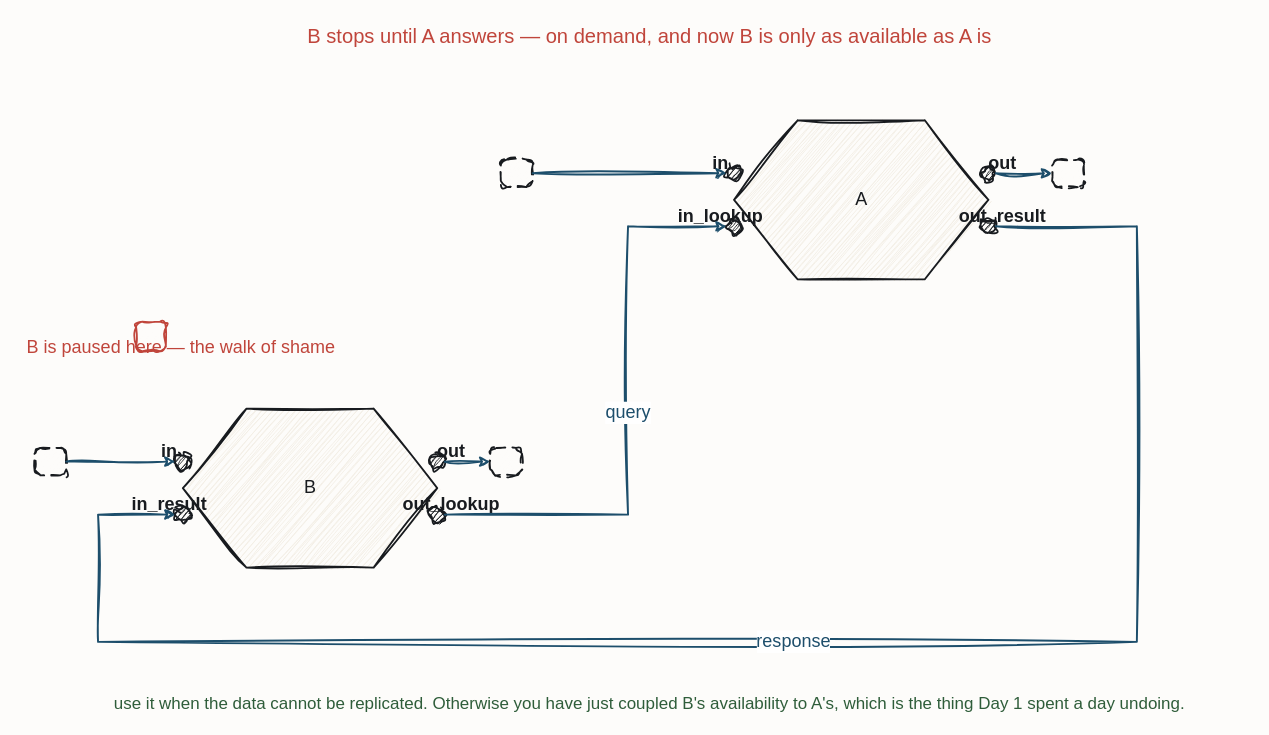
This is resources/flow-lookup-port.drawio from iancooper/practical-messaging, a draw.io file, before an edit. Source tidied: cells renumbered, new cells numbered last; positions are measured from the earlier drawing's top-left corner, leaving out a move shared by most shapes. Both pictures are drawn from the tidied source at 106%, with x=0, y=0 at pixel (34, 18).
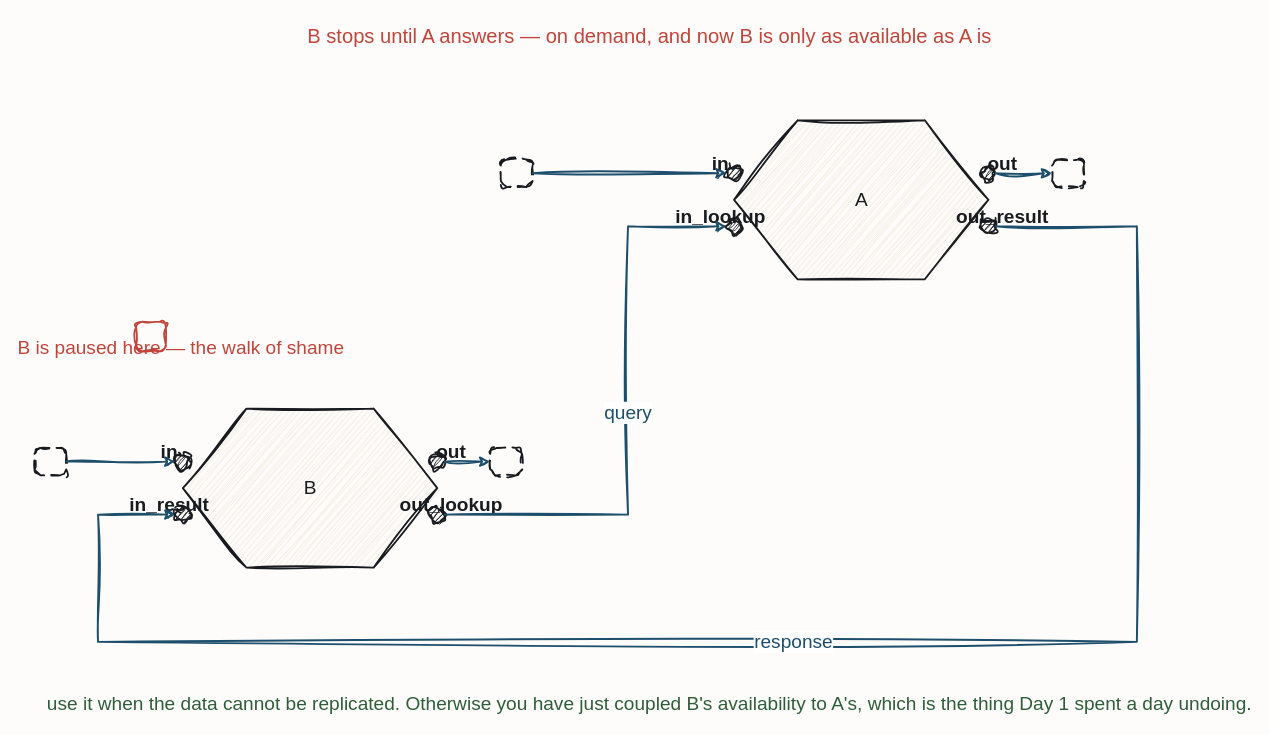
Above is the later version.

The change refers to these unchanged cells:
```xml
<mxCell id="4" style="sketch=1;hachureGap=4;jiggle=2;curveFitting=1;fontFamily=Caveat;html=1;ellipse;verticalLabelPosition=bottom;verticalAlign=top;strokeColor=#181B1F;strokeWidth=1.7;fillColor=#181B1F;fontColor=#181B1F;fontSize=14;" parent="1" vertex="1">
  <mxGeometry x="653" y="139" width="14" height="14" as="geometry" />
</mxCell>
<mxCell id="6" style="sketch=1;hachureGap=4;jiggle=2;curveFitting=1;fontFamily=Caveat;html=1;ellipse;verticalLabelPosition=bottom;verticalAlign=top;strokeColor=#181B1F;strokeWidth=1.7;fillColor=#181B1F;fontColor=#181B1F;fontSize=14;" parent="1" vertex="1">
  <mxGeometry x="653" y="189" width="14" height="14" as="geometry" />
</mxCell>
<mxCell id="8" style="sketch=1;hachureGap=4;jiggle=2;curveFitting=1;fontFamily=Caveat;html=1;ellipse;verticalLabelPosition=bottom;verticalAlign=top;strokeColor=#181B1F;strokeWidth=1.7;fillColor=#181B1F;fontColor=#181B1F;fontSize=14;" parent="1" vertex="1">
  <mxGeometry x="893" y="139" width="14" height="14" as="geometry" />
</mxCell>
<mxCell id="10" style="sketch=1;hachureGap=4;jiggle=2;curveFitting=1;fontFamily=Caveat;html=1;ellipse;verticalLabelPosition=bottom;verticalAlign=top;strokeColor=#181B1F;strokeWidth=1.7;fillColor=#181B1F;fontColor=#181B1F;fontSize=14;" parent="1" vertex="1">
  <mxGeometry x="893" y="189" width="14" height="14" as="geometry" />
</mxCell>
<mxCell id="13" style="sketch=1;hachureGap=4;jiggle=2;curveFitting=1;fontFamily=Caveat;html=1;ellipse;verticalLabelPosition=bottom;verticalAlign=top;strokeColor=#181B1F;strokeWidth=1.7;fillColor=#181B1F;fontColor=#181B1F;fontSize=14;" parent="1" vertex="1">
  <mxGeometry x="133" y="411" width="14" height="14" as="geometry" />
</mxCell>
<mxCell id="15" style="sketch=1;hachureGap=4;jiggle=2;curveFitting=1;fontFamily=Caveat;html=1;ellipse;verticalLabelPosition=bottom;verticalAlign=top;strokeColor=#181B1F;strokeWidth=1.7;fillColor=#181B1F;fontColor=#181B1F;fontSize=14;" parent="1" vertex="1">
  <mxGeometry x="133" y="461" width="14" height="14" as="geometry" />
</mxCell>
<mxCell id="17" style="sketch=1;hachureGap=4;jiggle=2;curveFitting=1;fontFamily=Caveat;html=1;ellipse;verticalLabelPosition=bottom;verticalAlign=top;strokeColor=#181B1F;strokeWidth=1.7;fillColor=#181B1F;fontColor=#181B1F;fontSize=14;" parent="1" vertex="1">
  <mxGeometry x="373" y="411" width="14" height="14" as="geometry" />
</mxCell>
<mxCell id="19" style="sketch=1;hachureGap=4;jiggle=2;curveFitting=1;fontFamily=Caveat;html=1;ellipse;verticalLabelPosition=bottom;verticalAlign=top;strokeColor=#181B1F;strokeWidth=1.7;fillColor=#181B1F;fontColor=#181B1F;fontSize=14;" parent="1" vertex="1">
  <mxGeometry x="373" y="461" width="14" height="14" as="geometry" />
</mxCell>
<mxCell id="21" style="sketch=1;hachureGap=4;jiggle=2;curveFitting=1;fontFamily=Caveat;html=1;rounded=1;arcSize=22;dashed=1;dashPattern=5 4;strokeColor=#181B1F;strokeWidth=1.7;fillColor=#FDFCFA;fontColor=#181B1F;fontSize=13;" parent="1" vertex="1">
  <mxGeometry y="405" width="30" height="26" as="geometry" />
</mxCell>
<mxCell id="22" style="sketch=1;hachureGap=4;jiggle=2;curveFitting=1;fontFamily=Caveat;html=1;rounded=1;arcSize=22;dashed=1;dashPattern=5 4;strokeColor=#181B1F;strokeWidth=1.7;fillColor=#FDFCFA;fontColor=#181B1F;fontSize=13;" parent="1" vertex="1">
  <mxGeometry x="430" y="405" width="30" height="26" as="geometry" />
</mxCell>
<mxCell id="23" style="sketch=1;hachureGap=4;jiggle=2;curveFitting=1;fontFamily=Caveat;html=1;rounded=1;arcSize=22;dashed=1;dashPattern=5 4;strokeColor=#181B1F;strokeWidth=1.7;fillColor=#FDFCFA;fontColor=#181B1F;fontSize=13;" parent="1" vertex="1">
  <mxGeometry x="440" y="133" width="30" height="26" as="geometry" />
</mxCell>
<mxCell id="24" style="sketch=1;hachureGap=4;jiggle=2;curveFitting=1;fontFamily=Caveat;html=1;rounded=1;arcSize=22;dashed=1;dashPattern=5 4;strokeColor=#181B1F;strokeWidth=1.7;fillColor=#FDFCFA;fontColor=#181B1F;fontSize=13;" parent="1" vertex="1">
  <mxGeometry x="960" y="133" width="30" height="26" as="geometry" />
</mxCell>
```

Change to the diagram source:
```diff
@@
-    <mxCell id="3" value="A" style="sketch=1;hachureGap=4;jiggle=2;curveFitting=1;fontFamily=Caveat;html=1;shape=hexagon;perimeter=hexagonPerimeter2;strokeColor=#181B1F;strokeWidth=1.7;fillColor=#F3EFE6;fontColor=#181B1F;fontSize=17;" parent="1" vertex="1">
+    <mxCell id="3" value="A" style="sketch=1;hachureGap=4;jiggle=2;curveFitting=1;fontFamily=Caveat;html=1;shape=hexagon;perimeter=hexagonPerimeter2;strokeColor=#181B1F;strokeWidth=1.7;fillColor=#F3EFE6;fontColor=#181B1F;fontSize=18;" parent="1" vertex="1">
       <mxGeometry x="660" y="96" width="240" height="150" as="geometry" />
     </mxCell>
@@
-    <mxCell id="5" value="in" style="text;html=1;align=center;fontFamily=Caveat;fontSize=17;fontColor=#181B1F;fontStyle=1;" parent="1" vertex="1">
+    <mxCell id="5" value="in" style="text;html=1;align=center;fontFamily=Caveat;fontSize=18;fontColor=#181B1F;fontStyle=1;" parent="1" vertex="1">
       <mxGeometry x="587" y="120" width="120" height="20" as="geometry" />
     </mxCell>
@@
-    <mxCell id="7" value="in_lookup" style="text;html=1;align=center;fontFamily=Caveat;fontSize=17;fontColor=#181B1F;fontStyle=1;" parent="1" vertex="1">
+    <mxCell id="7" value="in_lookup" style="text;html=1;align=center;fontFamily=Caveat;fontSize=18;fontColor=#181B1F;fontStyle=1;" parent="1" vertex="1">
       <mxGeometry x="587" y="170" width="120" height="20" as="geometry" />
     </mxCell>
@@
-    <mxCell id="9" value="out" style="text;html=1;align=center;fontFamily=Caveat;fontSize=17;fontColor=#181B1F;fontStyle=1;" parent="1" vertex="1">
+    <mxCell id="9" value="out" style="text;html=1;align=center;fontFamily=Caveat;fontSize=18;fontColor=#181B1F;fontStyle=1;" parent="1" vertex="1">
       <mxGeometry x="853" y="120" width="120" height="20" as="geometry" />
     </mxCell>
@@
-    <mxCell id="11" value="out_result" style="text;html=1;align=center;fontFamily=Caveat;fontSize=17;fontColor=#181B1F;fontStyle=1;" parent="1" vertex="1">
+    <mxCell id="11" value="out_result" style="text;html=1;align=center;fontFamily=Caveat;fontSize=18;fontColor=#181B1F;fontStyle=1;" parent="1" vertex="1">
       <mxGeometry x="853" y="170" width="120" height="20" as="geometry" />
     </mxCell>
-    <mxCell id="12" value="B" style="sketch=1;hachureGap=4;jiggle=2;curveFitting=1;fontFamily=Caveat;html=1;shape=hexagon;perimeter=hexagonPerimeter2;strokeColor=#181B1F;strokeWidth=1.7;fillColor=#F3EFE6;fontColor=#181B1F;fontSize=17;" parent="1" vertex="1">
+    <mxCell id="12" value="B" style="sketch=1;hachureGap=4;jiggle=2;curveFitting=1;fontFamily=Caveat;html=1;shape=hexagon;perimeter=hexagonPerimeter2;strokeColor=#181B1F;strokeWidth=1.7;fillColor=#F3EFE6;fontColor=#181B1F;fontSize=18;" parent="1" vertex="1">
       <mxGeometry x="140" y="368" width="240" height="150" as="geometry" />
     </mxCell>
@@
-    <mxCell id="14" value="in" style="text;html=1;align=center;fontFamily=Caveat;fontSize=17;fontColor=#181B1F;fontStyle=1;" parent="1" vertex="1">
+    <mxCell id="14" value="in" style="text;html=1;align=center;fontFamily=Caveat;fontSize=18;fontColor=#181B1F;fontStyle=1;" parent="1" vertex="1">
       <mxGeometry x="67" y="392" width="120" height="20" as="geometry" />
     </mxCell>
@@
-    <mxCell id="16" value="in_result" style="text;html=1;align=center;fontFamily=Caveat;fontSize=17;fontColor=#181B1F;fontStyle=1;" parent="1" vertex="1">
+    <mxCell id="16" value="in_result" style="text;html=1;align=center;fontFamily=Caveat;fontSize=18;fontColor=#181B1F;fontStyle=1;" parent="1" vertex="1">
       <mxGeometry x="67" y="442" width="120" height="20" as="geometry" />
     </mxCell>
@@
-    <mxCell id="18" value="out" style="text;html=1;align=center;fontFamily=Caveat;fontSize=17;fontColor=#181B1F;fontStyle=1;" parent="1" vertex="1">
+    <mxCell id="18" value="out" style="text;html=1;align=center;fontFamily=Caveat;fontSize=18;fontColor=#181B1F;fontStyle=1;" parent="1" vertex="1">
       <mxGeometry x="333" y="392" width="120" height="20" as="geometry" />
     </mxCell>
@@
-    <mxCell id="20" value="out_lookup" style="text;html=1;align=center;fontFamily=Caveat;fontSize=17;fontColor=#181B1F;fontStyle=1;" parent="1" vertex="1">
+    <mxCell id="20" value="out_lookup" style="text;html=1;align=center;fontFamily=Caveat;fontSize=18;fontColor=#181B1F;fontStyle=1;" parent="1" vertex="1">
       <mxGeometry x="333" y="442" width="120" height="20" as="geometry" />
     </mxCell>
@@
-    <mxCell id="26" value="B is paused here — the walk of shame" style="text;html=1;align=center;fontFamily=Caveat;fontSize=17;fontColor=#C0453B;" parent="1" vertex="1">
+    <mxCell id="26" value="B is paused here — the walk of shame" style="text;html=1;align=center;fontFamily=Caveat;fontSize=18;fontColor=#C0453B;" parent="1" vertex="1">
       <mxGeometry x="78" y="294" width="120" height="20" as="geometry" />
     </mxCell>
-    <mxCell id="27" value="use it when the data cannot be replicated. Otherwise you have just coupled B's availability to A's, which is the thing Day 1 spent a day undoing." style="text;html=1;align=center;fontFamily=Caveat;fontSize=16;fontColor=#2F5D3A;" parent="1" vertex="1">
+    <mxCell id="27" value="use it when the data cannot be replicated. Otherwise you have just coupled B's availability to A's, which is the thing Day 1 spent a day undoing." style="text;html=1;align=center;fontFamily=Caveat;fontSize=18;fontColor=#2F5D3A;" parent="1" vertex="1">
       <mxGeometry x="520" y="630" width="120" height="20" as="geometry" />
     </mxCell>
-    <mxCell id="28" style="sketch=1;jiggle=2;curveFitting=1;edgeStyle=none;rounded=0;strokeColor=#1D4E6B;strokeWidth=1.8;fontFamily=Caveat;fontSize=17;fontColor=#1D4E6B;html=1;exitX=1.0;exitY=0.5;exitDx=0;exitDy=0;entryX=0.0;entryY=0.5;entryDx=0;entryDy=0;" parent="1" edge="1" source="21" target="13">
+    <mxCell id="28" style="sketch=1;jiggle=2;curveFitting=1;edgeStyle=none;rounded=0;strokeColor=#1D4E6B;strokeWidth=1.8;fontFamily=Caveat;fontSize=18;fontColor=#1D4E6B;html=1;exitX=1.0;exitY=0.5;exitDx=0;exitDy=0;entryX=0.0;entryY=0.5;entryDx=0;entryDy=0;" parent="1" edge="1" source="21" target="13">
       <mxGeometry relative="1" as="geometry" />
     </mxCell>
-    <mxCell id="29" style="sketch=1;jiggle=2;curveFitting=1;edgeStyle=none;rounded=0;strokeColor=#1D4E6B;strokeWidth=1.8;fontFamily=Caveat;fontSize=17;fontColor=#1D4E6B;html=1;exitX=1.0;exitY=0.5;exitDx=0;exitDy=0;entryX=0.0;entryY=0.5;entryDx=0;entryDy=0;" parent="1" edge="1" source="17" target="22">
+    <mxCell id="29" style="sketch=1;jiggle=2;curveFitting=1;edgeStyle=none;rounded=0;strokeColor=#1D4E6B;strokeWidth=1.8;fontFamily=Caveat;fontSize=18;fontColor=#1D4E6B;html=1;exitX=1.0;exitY=0.5;exitDx=0;exitDy=0;entryX=0.0;entryY=0.5;entryDx=0;entryDy=0;" parent="1" edge="1" source="17" target="22">
       <mxGeometry relative="1" as="geometry" />
     </mxCell>
-    <mxCell id="30" style="sketch=1;jiggle=2;curveFitting=1;edgeStyle=none;rounded=0;strokeColor=#1D4E6B;strokeWidth=1.8;fontFamily=Caveat;fontSize=17;fontColor=#1D4E6B;html=1;exitX=1.0;exitY=0.5;exitDx=0;exitDy=0;entryX=0.0;entryY=0.5;entryDx=0;entryDy=0;" parent="1" edge="1" source="23" target="4">
+    <mxCell id="30" style="sketch=1;jiggle=2;curveFitting=1;edgeStyle=none;rounded=0;strokeColor=#1D4E6B;strokeWidth=1.8;fontFamily=Caveat;fontSize=18;fontColor=#1D4E6B;html=1;exitX=1.0;exitY=0.5;exitDx=0;exitDy=0;entryX=0.0;entryY=0.5;entryDx=0;entryDy=0;" parent="1" edge="1" source="23" target="4">
       <mxGeometry relative="1" as="geometry" />
     </mxCell>
-    <mxCell id="31" style="sketch=1;jiggle=2;curveFitting=1;edgeStyle=none;rounded=0;strokeColor=#1D4E6B;strokeWidth=1.8;fontFamily=Caveat;fontSize=17;fontColor=#1D4E6B;html=1;exitX=1.0;exitY=0.5;exitDx=0;exitDy=0;entryX=0.0;entryY=0.5;entryDx=0;entryDy=0;" parent="1" edge="1" source="8" target="24">
+    <mxCell id="31" style="sketch=1;jiggle=2;curveFitting=1;edgeStyle=none;rounded=0;strokeColor=#1D4E6B;strokeWidth=1.8;fontFamily=Caveat;fontSize=18;fontColor=#1D4E6B;html=1;exitX=1.0;exitY=0.5;exitDx=0;exitDy=0;entryX=0.0;entryY=0.5;entryDx=0;entryDy=0;" parent="1" edge="1" source="8" target="24">
       <mxGeometry relative="1" as="geometry" />
     </mxCell>
-    <mxCell id="32" value="query" style="sketch=1;jiggle=2;curveFitting=1;edgeStyle=none;rounded=0;strokeColor=#1D4E6B;strokeWidth=1.8;fontFamily=Caveat;fontSize=17;fontColor=#1D4E6B;html=1;exitX=1.0;exitY=0.5;exitDx=0;exitDy=0;entryX=0.0;entryY=0.5;entryDx=0;entryDy=0;" parent="1" edge="1" source="19" target="6">
+    <mxCell id="32" value="query" style="sketch=1;jiggle=2;curveFitting=1;edgeStyle=none;rounded=0;strokeColor=#1D4E6B;strokeWidth=1.8;fontFamily=Caveat;fontSize=18;fontColor=#1D4E6B;html=1;exitX=1.0;exitY=0.5;exitDx=0;exitDy=0;entryX=0.0;entryY=0.5;entryDx=0;entryDy=0;" parent="1" edge="1" source="19" target="6">
       <mxGeometry relative="1" as="geometry">
         <Array as="points">
           <mxPoint x="560" y="468" />
           <mxPoint x="560" y="196" />
         </Array>
       </mxGeometry>
     </mxCell>
-    <mxCell id="33" value="response" style="sketch=1;jiggle=2;curveFitting=1;edgeStyle=none;rounded=0;strokeColor=#1D4E6B;strokeWidth=1.8;fontFamily=Caveat;fontSize=17;fontColor=#1D4E6B;html=1;exitX=1.0;exitY=0.5;exitDx=0;exitDy=0;entryX=0.0;entryY=0.5;entryDx=0;entryDy=0;" parent="1" edge="1" source="10" target="15">
+    <mxCell id="33" value="response" style="sketch=1;jiggle=2;curveFitting=1;edgeStyle=none;rounded=0;strokeColor=#1D4E6B;strokeWidth=1.8;fontFamily=Caveat;fontSize=18;fontColor=#1D4E6B;html=1;exitX=1.0;exitY=0.5;exitDx=0;exitDy=0;entryX=0.0;entryY=0.5;entryDx=0;entryDy=0;" parent="1" edge="1" source="10" target="15">
       <mxGeometry relative="1" as="geometry">
         <Array as="points">
           <mxPoint x="1040" y="196" />
           <mxPoint x="1040" y="588" />
           <mxPoint x="60" y="588" />
           <mxPoint x="60" y="468" />
         </Array>
       </mxGeometry>
     </mxCell>
```
